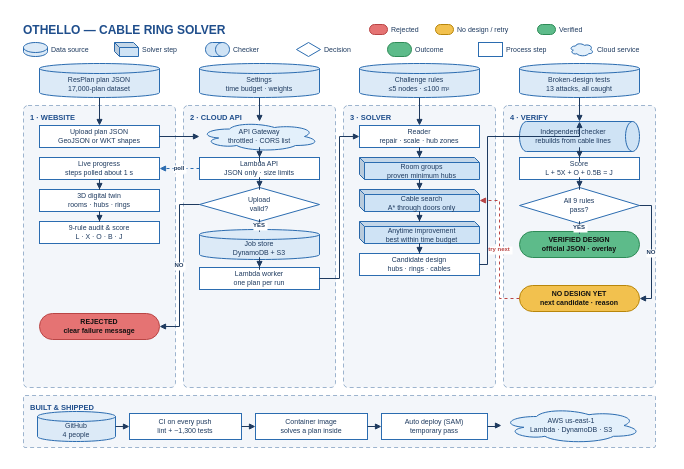
This is docs/presentation/architecture.drawio from Othello-HackHive/Othello, a draw.io file, before an edit. Source tidied: cells renumbered, new cells numbered last; positions are measured from the earlier drawing's top-left corner, leaving out a move shared by most shapes. Both pictures are drawn from the tidied source at 100%, with x=0, y=0 at pixel (17, 17).
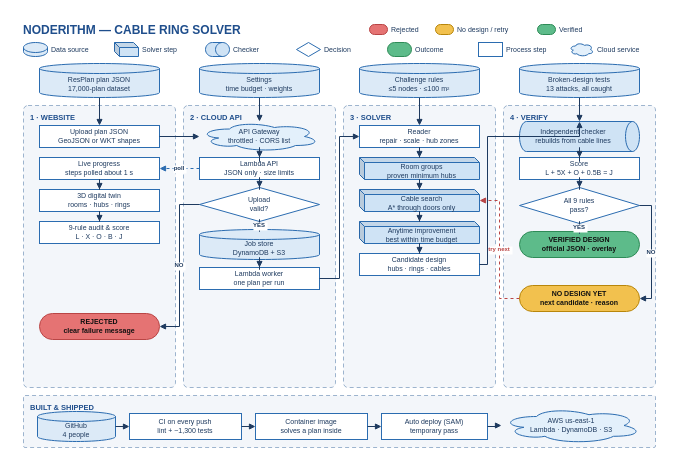
Above is the later version.

Commit message (it also covers changes not shown here):
Use the name NodeRithm in the presentation diagrams and the docs headings

The edit, as a diff of the source:
```diff
@@
-    <mxCell id="3" value="OTHELLO — CABLE RING SOLVER" style="text;html=0;align=left;verticalAlign=middle;fontColor=#1F4E8C;fontStyle=1;fontSize=12;spacing=0;" parent="1" vertex="1">
+    <mxCell id="3" value="NODERITHM — CABLE RING SOLVER" style="text;html=0;align=left;verticalAlign=middle;fontColor=#1F4E8C;fontStyle=1;fontSize=12;spacing=0;" parent="1" vertex="1">
       <mxGeometry x="6" y="3" width="320" height="18" as="geometry" />
     </mxCell>
```
